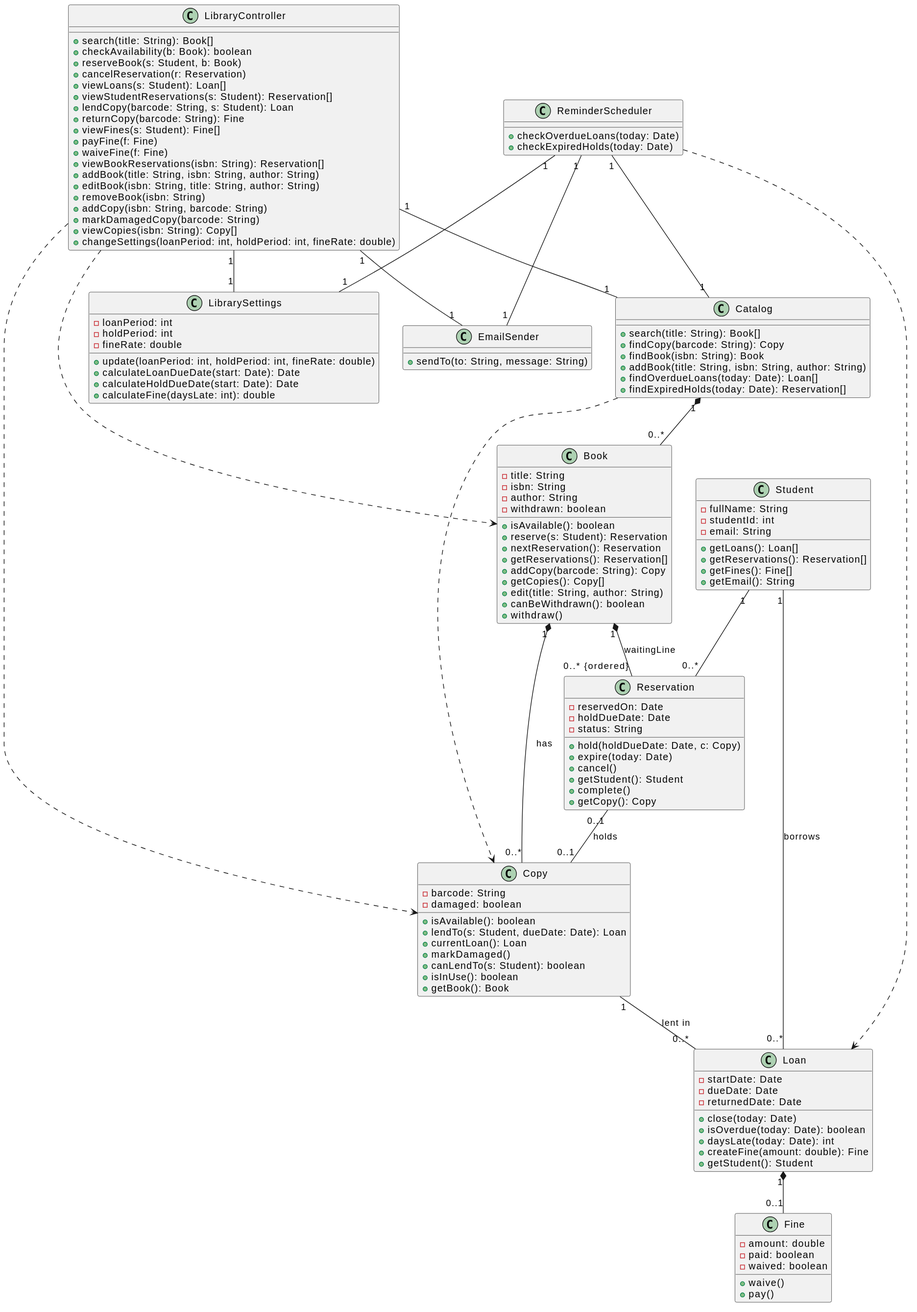
Above: docs/uml/plantuml-diagram.svg in erionelezaj/LibrarySystem-SW-Design-Principles (PlantUML), before the change. Its diagram source:
```plantuml
@startuml
class LibraryController {
    + search(title: String): Book[]
    + checkAvailability(b: Book): boolean
    + reserveBook(s: Student, b: Book)
    + cancelReservation(r: Reservation)
    + viewLoans(s: Student): Loan[]
    + viewStudentReservations(s: Student): Reservation[]
    + lendCopy(barcode: String, s: Student): Loan
    + returnCopy(barcode: String): Fine
    + viewFines(s: Student): Fine[]
    + payFine(f: Fine)
    + waiveFine(f: Fine)
    + viewBookReservations(isbn: String): Reservation[]
    + addBook(title: String, isbn: String, author: String)
    + editBook(isbn: String, title: String, author: String)
    + removeBook(isbn: String)
    + addCopy(isbn: String, barcode: String)
    + markDamagedCopy(barcode: String)
    + viewCopies(isbn: String): Copy[]
    + changeSettings(loanPeriod: int, holdPeriod: int, fineRate: double)
}

class ReminderScheduler {
    + checkOverdueLoans(today: Date)
    + checkExpiredHolds(today: Date)
}

class EmailSender {
    + sendTo(to: String, message: String)
}

class Catalog {
    + search(title: String): Book[]
    + findCopy(barcode: String): Copy
    + findBook(isbn: String): Book
    + addBook(title: String, isbn: String, author: String)
    + findOverdueLoans(today: Date): Loan[]
    + findExpiredHolds(today: Date): Reservation[]
}

class LibrarySettings {
    - loanPeriod: int
    - holdPeriod: int
    - fineRate: double
    + update(loanPeriod: int, holdPeriod: int, fineRate: double)
    + calculateLoanDueDate(start: Date): Date
    + calculateHoldDueDate(start: Date): Date
    + calculateFine(daysLate: int): double
}

class Book {
    - title: String
    - isbn: String
    - author: String
    - withdrawn: boolean
    + isAvailable(): boolean
    + reserve(s: Student): Reservation
    + nextReservation(): Reservation
    + getReservations(): Reservation[]
    + addCopy(barcode: String): Copy
    + getCopies(): Copy[]
    + edit(title: String, author: String)
    + canBeWithdrawn(): boolean
    + withdraw()
}

class Student {
    - fullName: String
    - studentId: int
    - email: String
    + getLoans(): Loan[]
    + getReservations(): Reservation[]
    + getFines(): Fine[]
    + getEmail(): String
}

class Reservation {
    - reservedOn: Date
    - holdDueDate: Date
    - status: String
    + hold(holdDueDate: Date, c: Copy)
    + expire(today: Date)
    + cancel()
    + getStudent(): Student
    + complete()
    + getCopy(): Copy
}

class Copy {
    - barcode: String
    - damaged: boolean
    + isAvailable(): boolean
    + lendTo(s: Student, dueDate: Date): Loan
    + currentLoan(): Loan
    + markDamaged()
    + canLendTo(s: Student): boolean
    + isInUse(): boolean
    + getBook(): Book
}

class Loan {
    - startDate: Date
    - dueDate: Date
    - returnedDate: Date
    + close(today: Date)
    + isOverdue(today: Date): boolean
    + daysLate(today: Date): int
    + createFine(amount: double): Fine
    + getStudent(): Student
}

class Fine {
    - amount: double
    - paid: boolean
    - waived: boolean
    + waive()
    + pay()
}


LibraryController "1" -- "1" EmailSender
LibraryController "1" -- "1" Catalog
LibraryController "1" -- "1" LibrarySettings
LibraryController ..> Book
LibraryController ..> Copy

ReminderScheduler "1" -- "1" EmailSender
ReminderScheduler "1" -- "1" Catalog
ReminderScheduler "1" -- "1" LibrarySettings
ReminderScheduler ..> Loan

Catalog "1" *-- "0..*" Book
Catalog ..> Copy

Book "1" *-- "0..* {ordered}" Reservation : waitingLine
Book "1" *-- "0..*" Copy : has
Reservation "0..1" -- "0..1" Copy : holds

Student "1" -- "0..*" Reservation
Student "1" -- "0..*" Loan : borrows

Copy "1" -- "0..*" Loan : lent in
Loan "1" *-- "0..1" Fine
@enduml
```
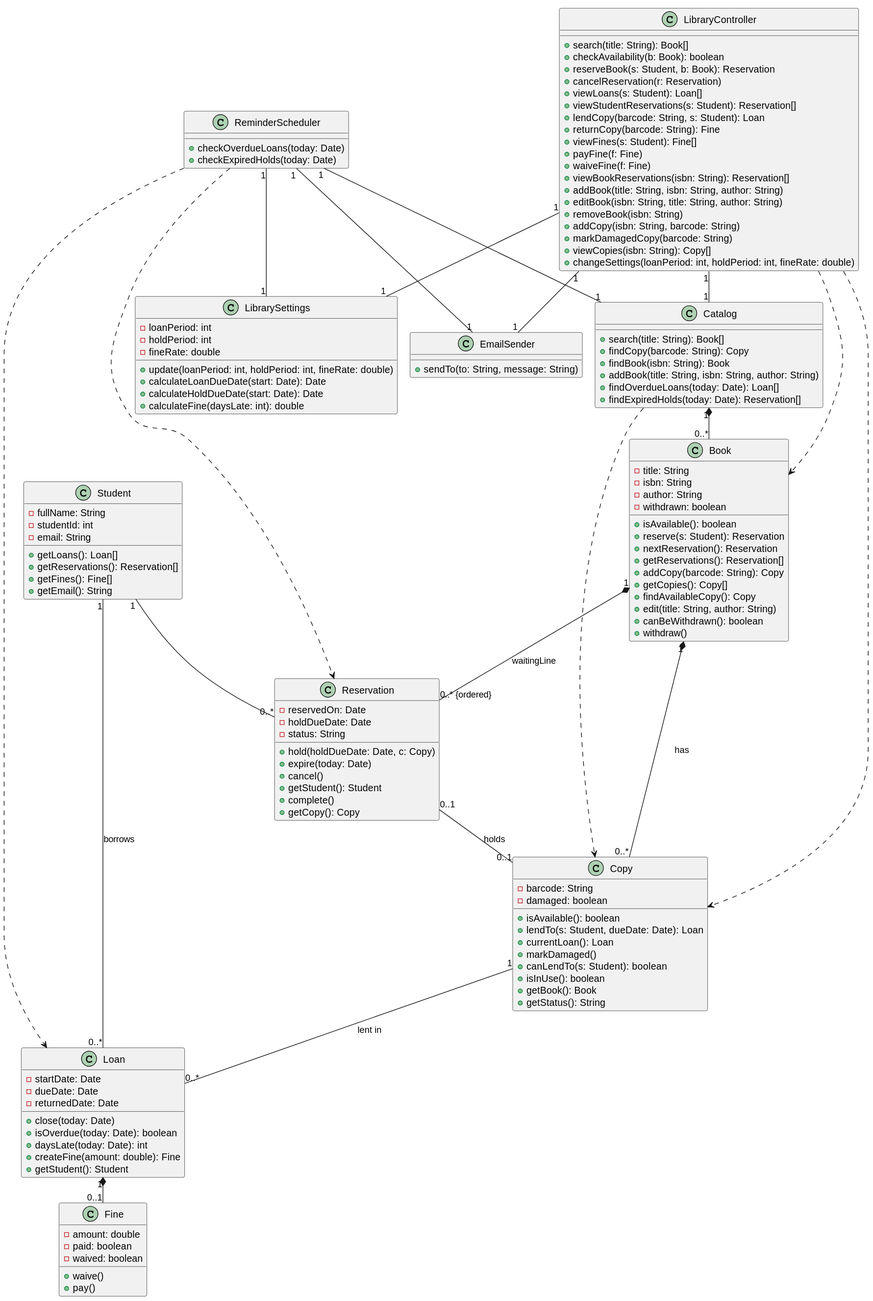
The same diagram one commit later.

Commit message:
Final class diagram additions, regenerated diagram image, README sync

Change to the diagram source:
```diff
@@ -1,8 +1,10 @@
 @startuml
+!pragma layout smetana
+
 class LibraryController {
     + search(title: String): Book[]
     + checkAvailability(b: Book): boolean
-    + reserveBook(s: Student, b: Book)
+    + reserveBook(s: Student, b: Book): Reservation
     + cancelReservation(r: Reservation)
     + viewLoans(s: Student): Loan[]
     + viewStudentReservations(s: Student): Reservation[]
@@ -60,6 +62,7 @@
     + getReservations(): Reservation[]
     + addCopy(barcode: String): Copy
     + getCopies(): Copy[]
+    + findAvailableCopy(): Copy
     + edit(title: String, author: String)
     + canBeWithdrawn(): boolean
     + withdraw()
@@ -97,6 +100,7 @@
     + canLendTo(s: Student): boolean
     + isInUse(): boolean
     + getBook(): Book
+    + getStatus(): String
 }
 
 class Loan {
@@ -129,6 +133,7 @@
 ReminderScheduler "1" -- "1" Catalog
 ReminderScheduler "1" -- "1" LibrarySettings
 ReminderScheduler ..> Loan
+ReminderScheduler ..> Reservation
 
 Catalog "1" *-- "0..*" Book
 Catalog ..> Copy
```
